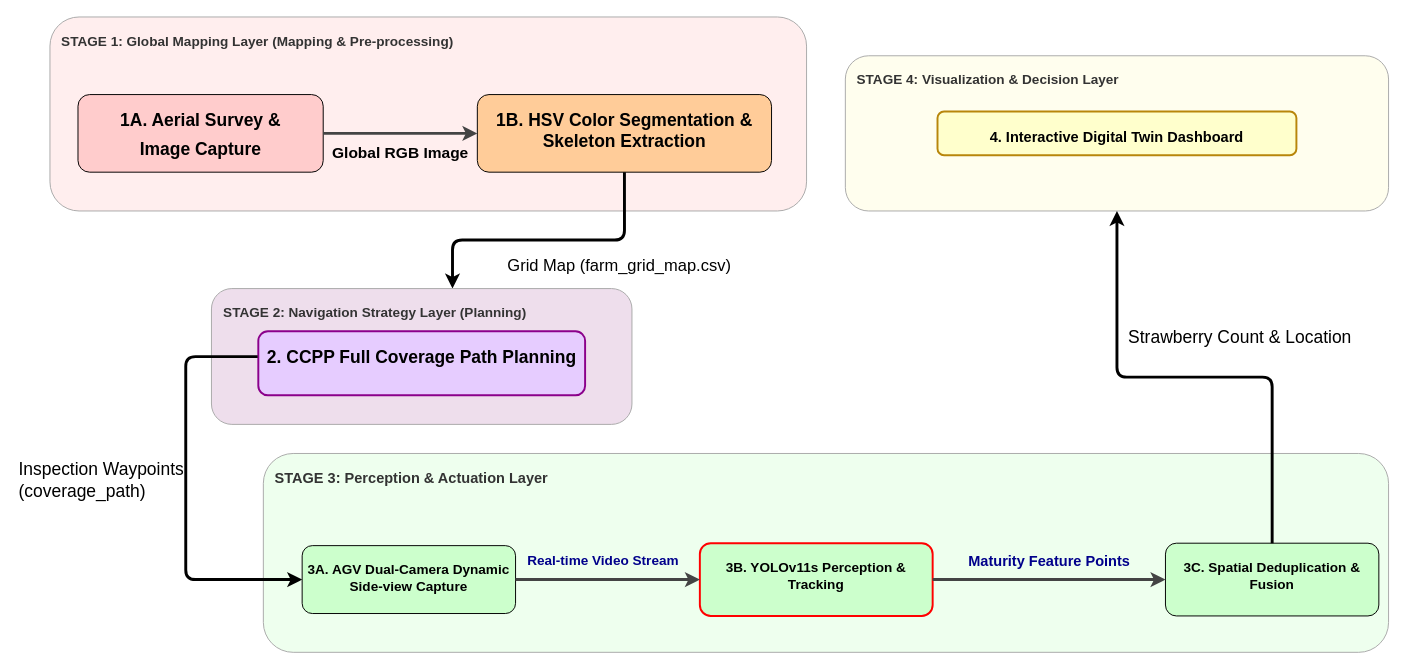
The draw.io diagram System_Architecture_Pipeline.drawio in moemuom9488m/Strawberry-Maturity-YOLO-Graduation-Project, before the edit. Source tidied: cells renumbered, new cells numbered last; positions are measured from the earlier drawing's top-left corner, leaving out a move shared by most shapes. Both pictures are drawn from the tidied source at 97%, with x=0, y=0 at pixel (16, 16).
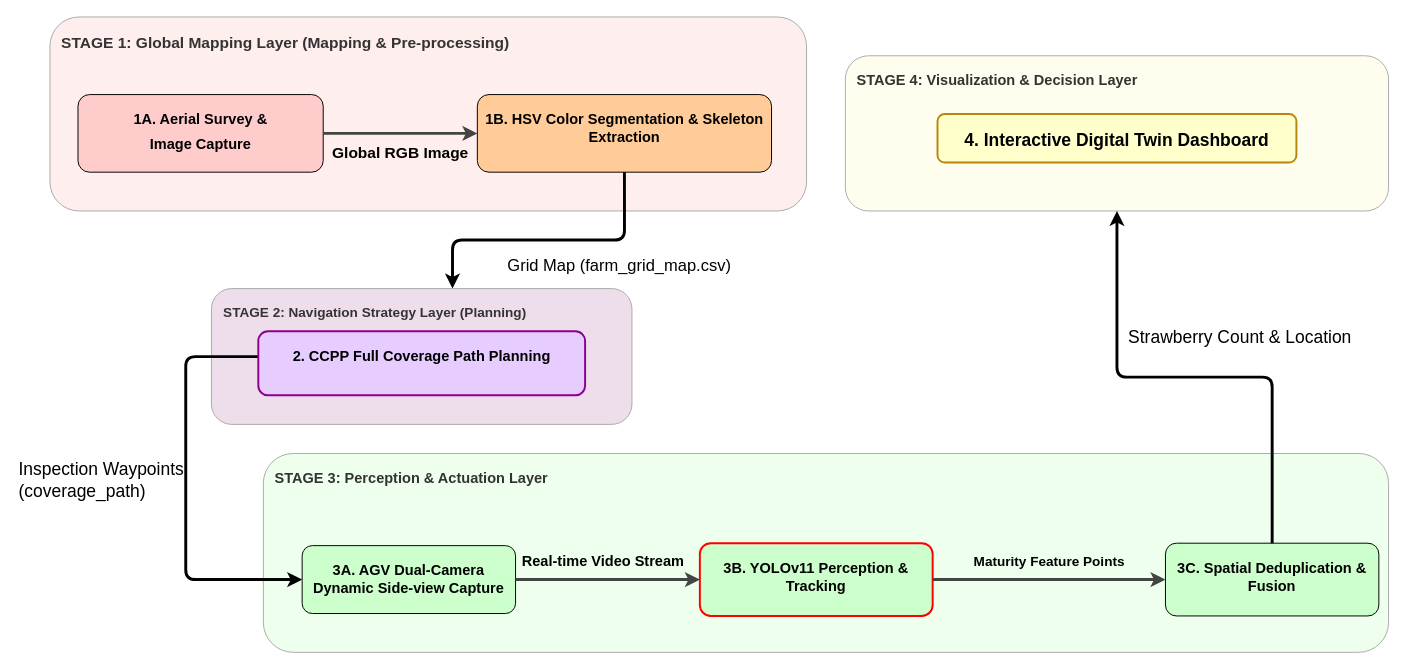
The same page after the edit.

Commit message (it also covers changes not shown here):
docs: add LaTeX installation guide, update system architecture diagram, ignored evaluation sheets, and notebook utilities

The change refers to these unchanged cells:
```xml
<mxCell id="7" style="group;" parent="1" vertex="1">
  <mxGeometry x="254" y="450" width="1160" height="205" as="geometry" />
</mxCell>
<mxCell id="20" style="group;" parent="1" vertex="1">
  <mxGeometry x="200.5" y="280" width="433.5" height="140" as="geometry" />
</mxCell>
```

What changed in the source:
```diff
@@
-    <mxCell id="2" style="group;" parent="1" vertex="1">
+    <mxCell id="2" style="group;fontSize=15;" parent="1" vertex="1">
       <mxGeometry x="34" width="780" height="200" as="geometry" />
     </mxCell>
-    <mxCell id="3" value="STAGE 1: Global Mapping Layer (Mapping &amp; Pre-processing)" style="rounded=1;whiteSpace=wrap;html=1;fillColor=#ffeeee;strokeColor=#aaaaaa;verticalAlign=top;align=left;spacingTop=10;spacingLeft=10;fontStyle=1;fontSize=14;fontColor=#333333;dashed=0;" parent="2" vertex="1">
+    <mxCell id="3" value="&lt;font style=&quot;font-size: 16px;&quot;&gt;STAGE 1: Global Mapping Layer (Mapping &amp;amp; Pre-processing)&lt;/font&gt;" style="rounded=1;whiteSpace=wrap;html=1;fillColor=#ffeeee;strokeColor=#aaaaaa;verticalAlign=top;align=left;spacingTop=10;spacingLeft=10;fontStyle=1;fontSize=14;fontColor=#333333;dashed=0;" parent="2" vertex="1">
       <mxGeometry width="780" height="200" as="geometry" />
     </mxCell>
-    <mxCell id="4" value="&lt;div style=&quot;text-align: center; font-weight: bold; margin-bottom: 8px;&quot;&gt;&lt;font style=&quot;font-size: 18px;&quot;&gt;1A. Aerial Survey &amp;amp;&lt;/font&gt;&lt;/div&gt;&lt;div style=&quot;text-align: center; font-weight: bold; margin-bottom: 8px;&quot;&gt;&lt;font style=&quot;font-size: 18px;&quot;&gt;Image Capture&lt;/font&gt;&lt;/div&gt;&lt;div style=&quot;text-align: left; font-size: 12px; color: rgb(68, 68, 68); margin-left: 10px;&quot;&gt;&lt;br&gt;&lt;/div&gt;" style="rounded=1;whiteSpace=wrap;html=1;fillColor=#ffcccc;strokeColor=#000000;verticalAlign=top;spacingTop=10;" parent="2" vertex="1">
+    <mxCell id="4" value="&lt;div style=&quot;text-align: center; font-weight: bold; margin-bottom: 8px;&quot;&gt;&lt;font&gt;1A. Aerial Survey &amp;amp;&lt;/font&gt;&lt;/div&gt;&lt;div style=&quot;text-align: center; font-weight: bold; margin-bottom: 8px;&quot;&gt;&lt;font&gt;Image Capture&lt;/font&gt;&lt;/div&gt;&lt;div style=&quot;text-align: left; color: rgb(68, 68, 68); margin-left: 10px;&quot;&gt;&lt;br&gt;&lt;/div&gt;" style="rounded=1;whiteSpace=wrap;html=1;fillColor=#ffcccc;strokeColor=#000000;verticalAlign=top;spacingTop=10;fontSize=15;" parent="2" vertex="1">
       <mxGeometry x="28.9" y="80" width="252.8" height="80" as="geometry" />
     </mxCell>
-    <mxCell id="5" value="&lt;div style=&quot;text-align: center; font-weight: bold; margin-bottom: 8px;&quot;&gt;&lt;font style=&quot;font-size: 18px;&quot;&gt;1B. HSV Color Segmentation &amp;amp; Skeleton Extraction&lt;/font&gt;&lt;/div&gt;&lt;div style=&quot;text-align: left; font-size: 12px; color: rgb(68, 68, 68); margin-left: 10px;&quot;&gt;&lt;br&gt;&lt;/div&gt;" style="rounded=1;whiteSpace=wrap;html=1;fillColor=#ffcc99;strokeColor=#000000;verticalAlign=top;spacingTop=10;" parent="2" vertex="1">
+    <mxCell id="5" value="&lt;div style=&quot;text-align: center; font-weight: bold; margin-bottom: 8px;&quot;&gt;&lt;font&gt;1B. HSV Color Segmentation &amp;amp; Skeleton Extraction&lt;/font&gt;&lt;/div&gt;" style="rounded=1;whiteSpace=wrap;html=1;fillColor=#ffcc99;strokeColor=#000000;verticalAlign=top;spacingTop=10;fontSize=15;" parent="2" vertex="1">
       <mxGeometry x="440.6" y="80" width="303.3" height="80" as="geometry" />
     </mxCell>
@@
-    <mxCell id="9" value="&lt;div style=&quot;text-align: center; font-weight: bold; font-size: 14px; margin-bottom: 8px;&quot;&gt;3A. AGV Dual-Camera Dynamic Side-view Capture&lt;/div&gt;&lt;div style=&quot;text-align: left; font-size: 12px; color: rgb(68, 68, 68); margin-left: 10px;&quot;&gt;&lt;br&gt;&lt;/div&gt;" style="rounded=1;whiteSpace=wrap;html=1;fillColor=#ccffcc;strokeColor=#000000;verticalAlign=top;spacingTop=10;" parent="7" vertex="1">
+    <mxCell id="9" value="&lt;div style=&quot;text-align: center; font-weight: bold; margin-bottom: 8px;&quot;&gt;&lt;font style=&quot;font-size: 15px;&quot;&gt;3A. AGV Dual-Camera Dynamic Side-view Capture&lt;/font&gt;&lt;/div&gt;" style="rounded=1;whiteSpace=wrap;html=1;fillColor=#ccffcc;strokeColor=#000000;verticalAlign=top;spacingTop=10;fontSize=15;" parent="7" vertex="1">
       <mxGeometry x="40" y="95" width="220" height="70" as="geometry" />
     </mxCell>
-    <mxCell id="10" value="&lt;div style=&quot;text-align: center; font-weight: bold; font-size: 14px; margin-bottom: 8px;&quot;&gt;3B. YOLOv11s Perception &amp;amp; Tracking&lt;/div&gt;&lt;div style=&quot;text-align: left; font-size: 12px; color: rgb(68, 68, 68); margin-left: 10px;&quot;&gt;&lt;br&gt;&lt;/div&gt;" style="rounded=1;whiteSpace=wrap;html=1;fillColor=#ccffcc;strokeColor=#ff0000;strokeWidth=2;verticalAlign=top;spacingTop=10;" parent="7" vertex="1">
+    <mxCell id="10" value="&lt;div style=&quot;text-align: center; font-weight: bold; margin-bottom: 8px;&quot;&gt;3B. YOLOv11 Perception &amp;amp; Tracking&lt;/div&gt;" style="rounded=1;whiteSpace=wrap;html=1;fillColor=#ccffcc;strokeColor=#ff0000;strokeWidth=2;verticalAlign=top;spacingTop=10;fontSize=15;" parent="7" vertex="1">
       <mxGeometry x="450" y="92.5" width="240" height="75" as="geometry" />
     </mxCell>
-    <mxCell id="11" value="&lt;div style=&quot;text-align: center; font-weight: bold; font-size: 14px; margin-bottom: 8px;&quot;&gt;&lt;span style=&quot;background-color: transparent; color: light-dark(rgb(0, 0, 0), rgb(255, 255, 255));&quot;&gt;3C. Spatial Deduplication &amp;amp; Fusion&lt;/span&gt;&lt;/div&gt;" style="rounded=1;whiteSpace=wrap;html=1;fillColor=#ccffcc;strokeColor=#000000;verticalAlign=top;spacingTop=10;" parent="7" vertex="1">
+    <mxCell id="11" value="&lt;div style=&quot;font-weight: bold; margin-bottom: 8px;&quot;&gt;&lt;span style=&quot;background-color: transparent; color: light-dark(rgb(0, 0, 0), rgb(255, 255, 255));&quot;&gt;&lt;font style=&quot;font-size: 15px;&quot;&gt;3C. Spatial Deduplication &amp;amp; Fusion&lt;/font&gt;&lt;/span&gt;&lt;/div&gt;" style="rounded=1;whiteSpace=wrap;html=1;fillColor=#ccffcc;strokeColor=#000000;verticalAlign=top;spacingTop=10;align=center;" parent="7" vertex="1">
       <mxGeometry x="930" y="92.5" width="220" height="75" as="geometry" />
     </mxCell>
-    <mxCell id="12" value="Real-time Video Stream" style="edgeStyle=orthogonalEdgeStyle;rounded=1;jettySize=auto;html=1;strokeColor=#444444;strokeWidth=3;fontStyle=1;fontSize=14;fontColor=#00008b;labelBackgroundColor=none;" parent="7" edge="1" source="9" target="10">
+    <mxCell id="12" value="&lt;font style=&quot;color: rgb(0, 0, 0);&quot;&gt;Real-time Video Stream&lt;/font&gt;" style="edgeStyle=orthogonalEdgeStyle;rounded=1;jettySize=auto;html=1;strokeColor=#444444;strokeWidth=3;fontStyle=1;fontSize=15;fontColor=#00008b;labelBackgroundColor=none;" parent="7" edge="1" source="9" target="10">
       <mxGeometry x="-0.05" y="20" relative="1" as="geometry" />
     </mxCell>
@@
-    <mxCell id="14" value="&lt;font&gt;Maturity Feature Points&lt;/font&gt;" style="edgeStyle=orthogonalEdgeStyle;rounded=1;jettySize=auto;html=1;strokeColor=#444444;strokeWidth=3;fontStyle=1;fontSize=15;fontColor=#00008b;labelBackgroundColor=none;" parent="7" edge="1" source="10" target="11">
+    <mxCell id="14" value="&lt;font style=&quot;font-size: 14px; color: rgb(0, 0, 0);&quot;&gt;Maturity Feature Points&lt;/font&gt;" style="edgeStyle=orthogonalEdgeStyle;rounded=1;jettySize=auto;html=1;strokeColor=#444444;strokeWidth=3;fontStyle=1;fontSize=15;fontColor=#00008b;labelBackgroundColor=none;" parent="7" edge="1" source="10" target="11">
       <mxGeometry y="20" relative="1" as="geometry" />
     </mxCell>
-    <mxCell id="15" style="group;" parent="1" vertex="1">
+    <mxCell id="15" style="group;fontSize=15;" parent="1" vertex="1">
       <mxGeometry x="854" y="40" width="560" height="160" as="geometry" />
     </mxCell>
-    <mxCell id="16" value="STAGE 4: Visualization &amp; Decision Layer" style="rounded=1;whiteSpace=wrap;html=1;fillColor=#fffeee;strokeColor=#aaaaaa;verticalAlign=top;align=left;spacingTop=10;spacingLeft=10;fontStyle=1;fontSize=14;fontColor=#333333;" parent="15" vertex="1">
+    <mxCell id="16" value="&lt;font style=&quot;font-size: 15px;&quot;&gt;STAGE 4: Visualization &amp;amp; Decision Layer&lt;/font&gt;" style="rounded=1;whiteSpace=wrap;html=1;fillColor=#fffeee;strokeColor=#aaaaaa;verticalAlign=top;align=left;spacingTop=10;spacingLeft=10;fontStyle=1;fontSize=14;fontColor=#333333;" parent="15" vertex="1">
       <mxGeometry width="560" height="160" as="geometry" />
     </mxCell>
-    <mxCell id="17" value="&lt;div style=&quot;text-align: center; font-weight: bold; margin-bottom: 8px;&quot;&gt;4. Interactive Digital Twin Dashboard&lt;/div&gt;&lt;div style=&quot;text-align: left; color: rgb(68, 68, 68); margin-left: 10px;&quot;&gt;&lt;br&gt;&lt;/div&gt;" style="rounded=1;whiteSpace=wrap;html=1;fillColor=#ffffcc;strokeColor=#b8860b;strokeWidth=2;verticalAlign=top;spacingTop=10;fontSize=15;" parent="15" vertex="1">
-      <mxGeometry x="95" y="57.5" width="370" height="45" as="geometry" />
+    <mxCell id="17" value="&lt;div style=&quot;text-align: center; font-weight: bold; margin-bottom: 8px;&quot;&gt;&lt;font style=&quot;font-size: 18px;&quot;&gt;4. Interactive Digital Twin Dashboard&lt;/font&gt;&lt;/div&gt;" style="rounded=1;whiteSpace=wrap;html=1;fillColor=#ffffcc;strokeColor=#b8860b;strokeWidth=2;verticalAlign=top;spacingTop=10;fontSize=15;" parent="15" vertex="1">
+      <mxGeometry x="95" y="60" width="370" height="50" as="geometry" />
     </mxCell>
@@
-    <mxCell id="22" value="&lt;div style=&quot;font-weight: bold; margin-bottom: 8px;&quot;&gt;&lt;span style=&quot;font-size: 18px; background-color: transparent; color: light-dark(rgb(0, 0, 0), rgb(255, 255, 255));&quot;&gt;2. CCPP Full Coverage Path Planning&lt;/span&gt;&lt;/div&gt;" style="rounded=1;whiteSpace=wrap;html=1;fillColor=#e6ccff;strokeColor=#8b008b;strokeWidth=2;verticalAlign=top;spacingTop=10;align=center;" parent="20" vertex="1">
+    <mxCell id="22" value="&lt;div style=&quot;font-weight: bold; margin-bottom: 8px;&quot;&gt;&lt;span style=&quot;background-color: transparent; color: light-dark(rgb(0, 0, 0), rgb(255, 255, 255));&quot;&gt;2. CCPP Full Coverage Path Planning&lt;/span&gt;&lt;/div&gt;" style="rounded=1;whiteSpace=wrap;html=1;fillColor=#e6ccff;strokeColor=#8b008b;strokeWidth=2;verticalAlign=top;spacingTop=10;align=center;fontSize=15;" parent="20" vertex="1">
       <mxGeometry x="48.3" y="44" width="336.9" height="66" as="geometry" />
     </mxCell>
```
